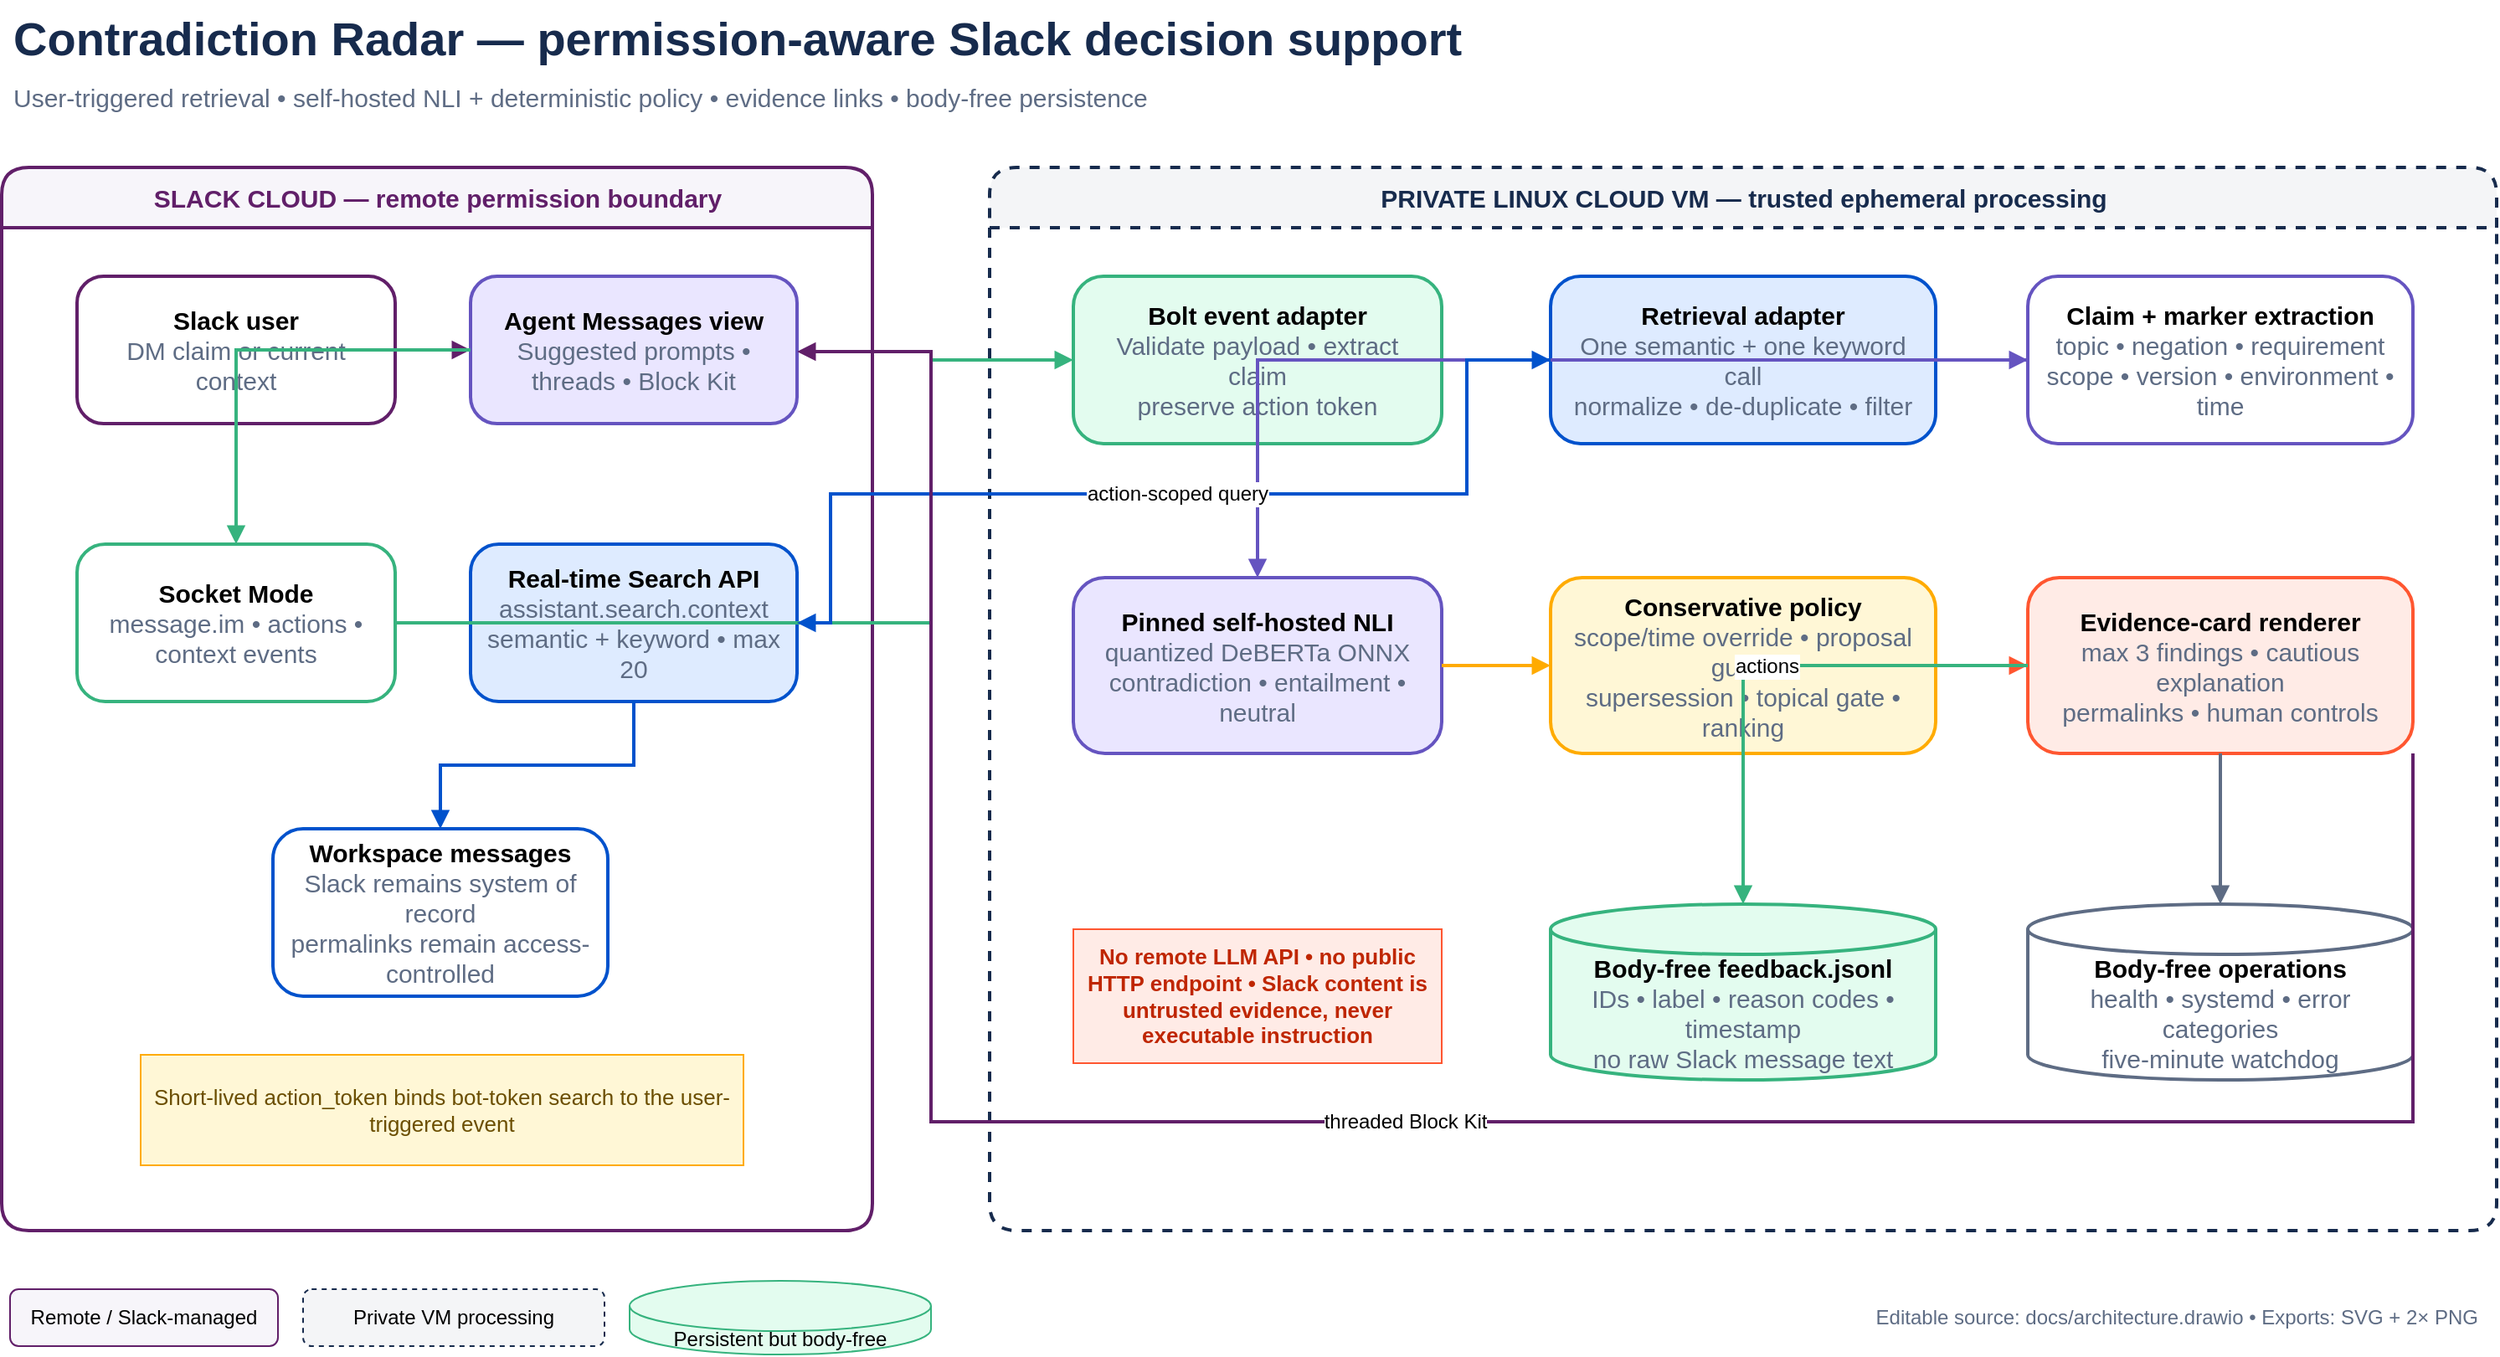
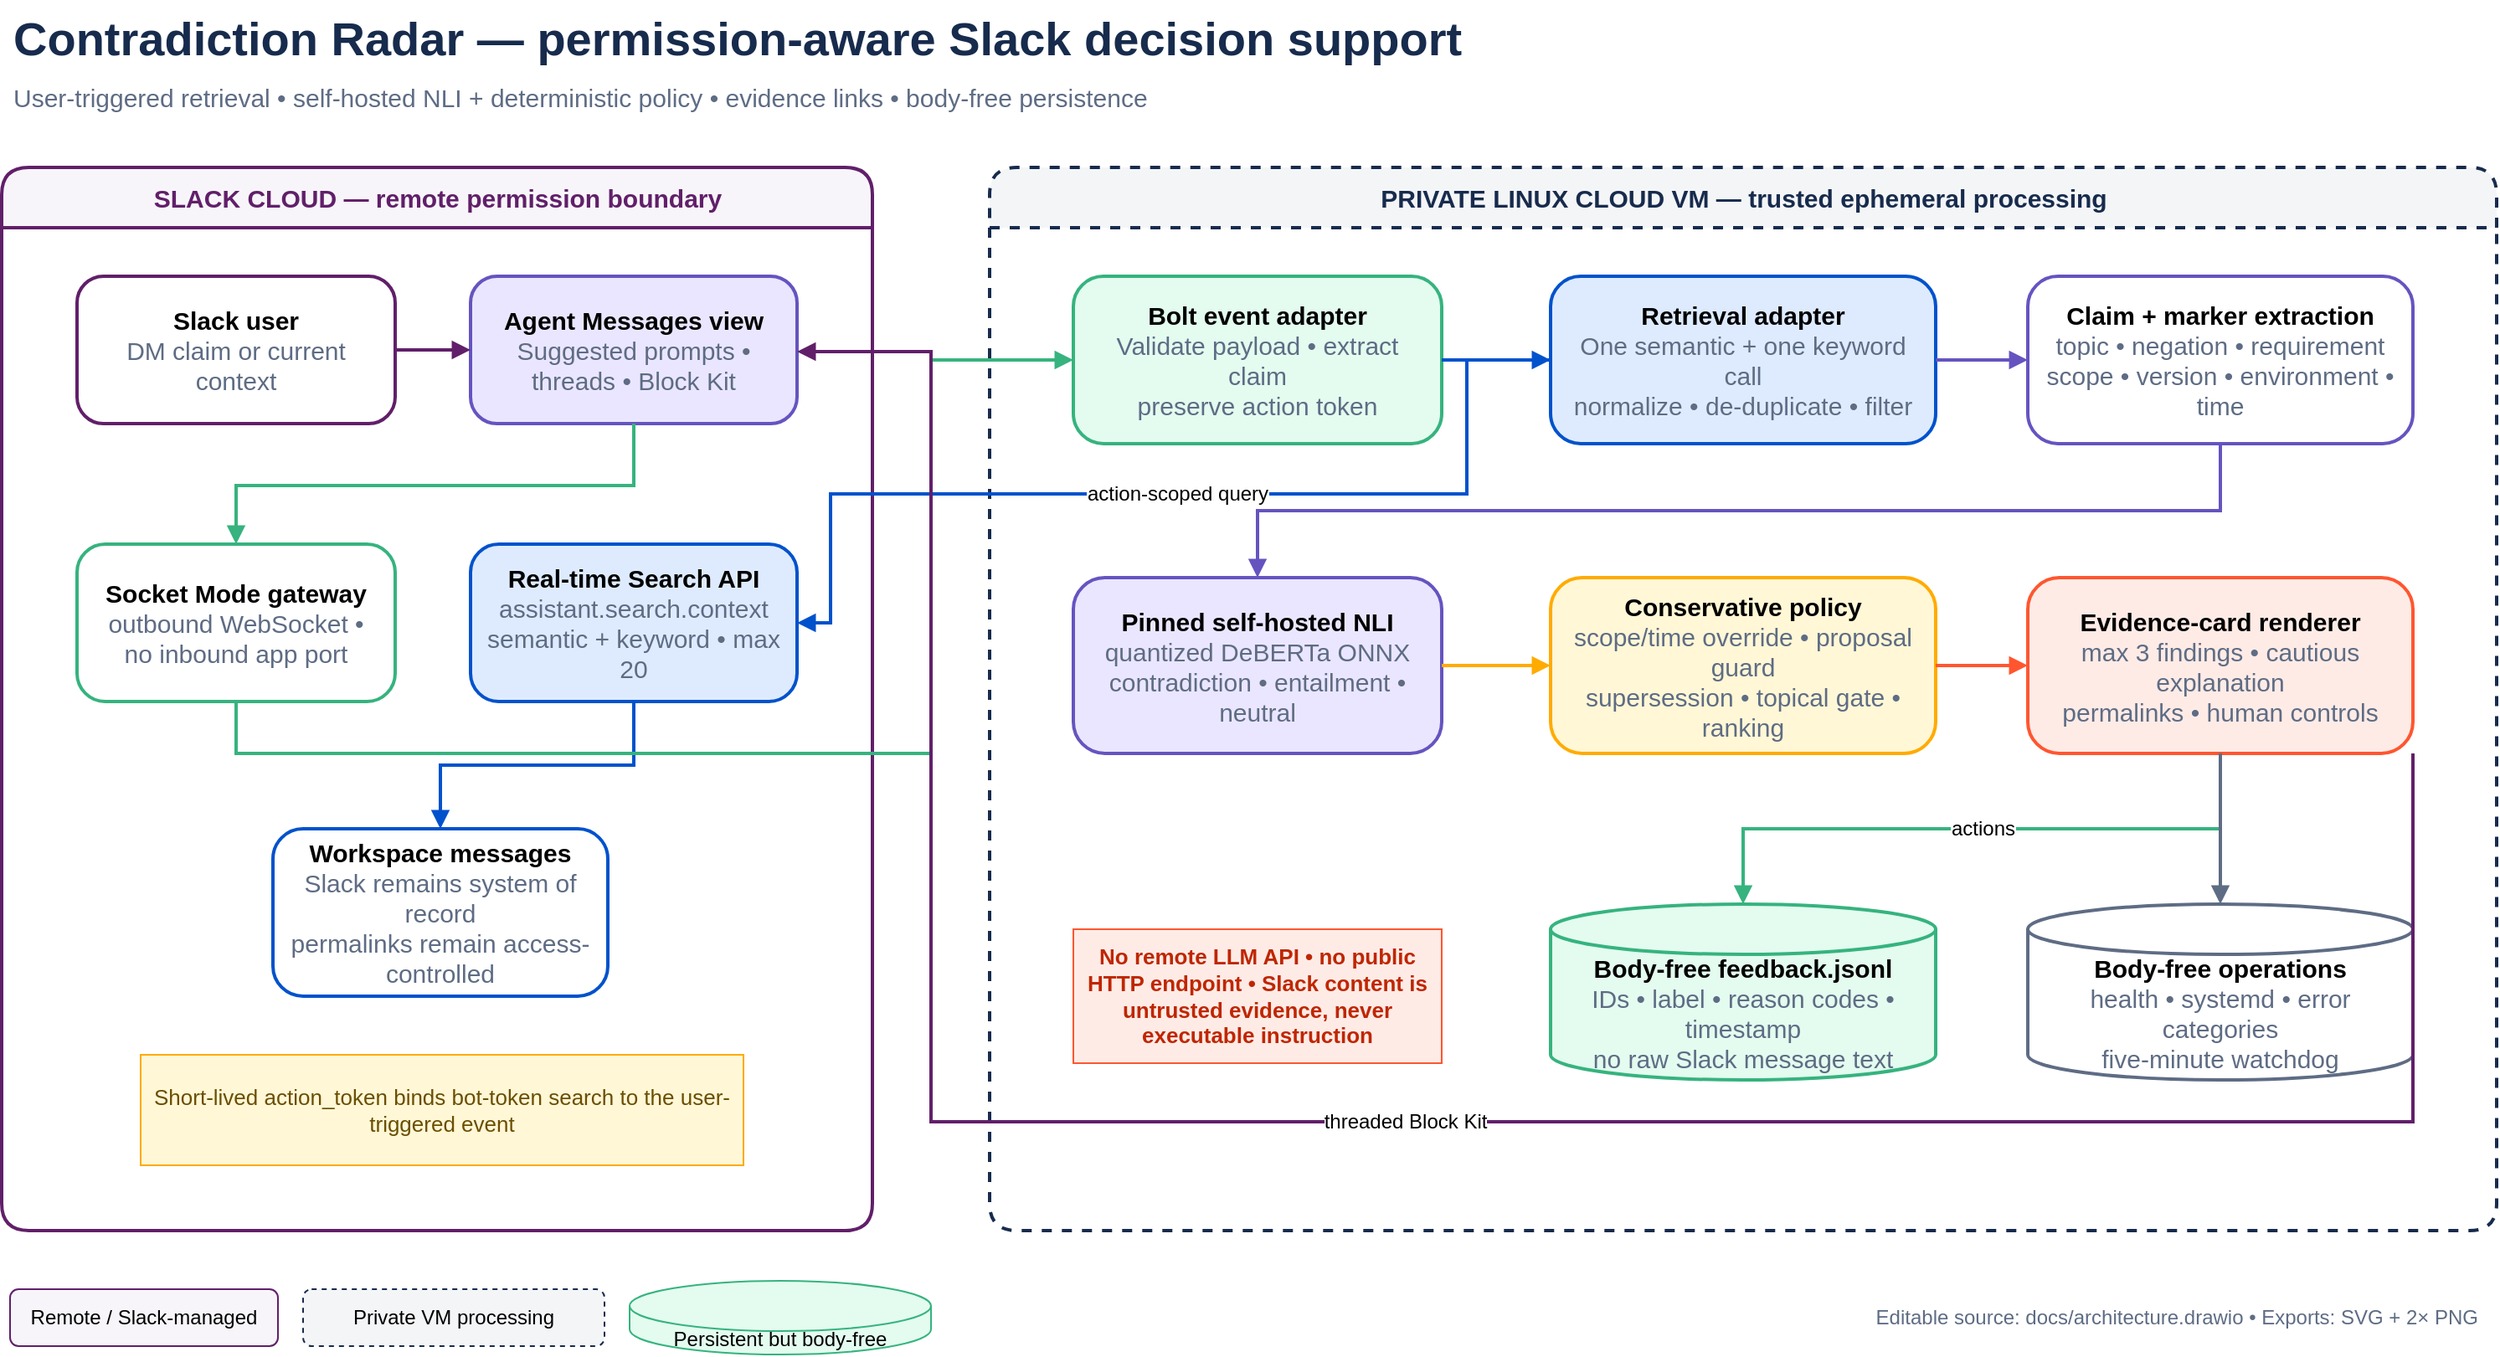
<mxfile host="app.diagrams.net" modified="2026-07-12T20:35:00.000Z" agent="Contradiction Radar" version="30.2.6" type="device">
  <diagram id="contradiction-radar" name="Architecture">
    <mxGraphModel dx="1600" dy="900" grid="1" gridSize="10" guides="1" tooltips="1" connect="1" arrows="1" fold="1" page="1" pageScale="1" pageWidth="1600" pageHeight="900" background="#FFFFFF" math="0" shadow="0">
      <root>
        <mxCell id="0"/>
        <mxCell id="1" parent="0"/>
        <mxCell id="title" value="Contradiction Radar — permission-aware Slack decision support" style="text;html=1;align=left;verticalAlign=middle;fontSize=28;fontStyle=1;fontColor=#172B4D;" vertex="1" parent="1">
          <mxGeometry x="60" y="35" width="1200" height="45" as="geometry"/>
        </mxCell>
        <mxCell id="subtitle" value="User-triggered retrieval • self-hosted NLI + deterministic policy • evidence links • body-free persistence" style="text;html=1;align=left;verticalAlign=middle;fontSize=15;fontColor=#5E6C84;" vertex="1" parent="1">
          <mxGeometry x="60" y="78" width="1200" height="30" as="geometry"/>
        </mxCell>

        <mxCell id="slackCloud" value="SLACK CLOUD — remote permission boundary" style="swimlane;html=1;rounded=1;startSize=36;horizontal=1;fillColor=#F7F5FA;strokeColor=#611F69;strokeWidth=2;fontColor=#611F69;fontStyle=1;fontSize=15;" vertex="1" parent="1">
          <mxGeometry x="55" y="135" width="520" height="635" as="geometry"/>
        </mxCell>
        <mxCell id="user" value="&lt;b&gt;Slack user&lt;/b&gt;&lt;br&gt;&lt;font color='#5E6C84'&gt;DM claim or current context&lt;/font&gt;" style="rounded=1;whiteSpace=wrap;html=1;fillColor=#FFFFFF;strokeColor=#611F69;strokeWidth=2;fontSize=15;arcSize=18;spacing=10;" vertex="1" parent="slackCloud">
          <mxGeometry x="45" y="65" width="190" height="88" as="geometry"/>
        </mxCell>
        <mxCell id="agentView" value="&lt;b&gt;Agent Messages view&lt;/b&gt;&lt;br&gt;&lt;font color='#5E6C84'&gt;Suggested prompts • threads • Block Kit&lt;/font&gt;" style="rounded=1;whiteSpace=wrap;html=1;fillColor=#EAE6FF;strokeColor=#6554C0;strokeWidth=2;fontSize=15;arcSize=18;spacing=10;" vertex="1" parent="slackCloud">
          <mxGeometry x="280" y="65" width="195" height="88" as="geometry"/>
        </mxCell>
-         <mxCell id="socket" value="&lt;b&gt;Socket Mode&lt;/b&gt;&lt;br&gt;&lt;font color='#5E6C84'&gt;message.im • actions • context events&lt;/font&gt;" style="rounded=1;whiteSpace=wrap;html=1;fillColor=#FFFFFF;strokeColor=#36B37E;strokeWidth=2;fontSize=15;arcSize=18;spacing=10;" vertex="1" parent="slackCloud">
+         <mxCell id="socket" value="&lt;b&gt;Socket Mode gateway&lt;/b&gt;&lt;br&gt;&lt;font color='#5E6C84'&gt;outbound WebSocket • no inbound app port&lt;/font&gt;" style="rounded=1;whiteSpace=wrap;html=1;fillColor=#FFFFFF;strokeColor=#36B37E;strokeWidth=2;fontSize=15;arcSize=18;spacing=10;" vertex="1" parent="slackCloud">
          <mxGeometry x="45" y="225" width="190" height="94" as="geometry"/>
        </mxCell>
        <mxCell id="rts" value="&lt;b&gt;Real-time Search API&lt;/b&gt;&lt;br&gt;&lt;font color='#5E6C84'&gt;assistant.search.context&lt;br&gt;semantic + keyword • max 20&lt;/font&gt;" style="rounded=1;whiteSpace=wrap;html=1;fillColor=#DEEBFF;strokeColor=#0052CC;strokeWidth=2;fontSize=15;arcSize=18;spacing=10;" vertex="1" parent="slackCloud">
          <mxGeometry x="280" y="225" width="195" height="94" as="geometry"/>
        </mxCell>
        <mxCell id="workspace" value="&lt;b&gt;Workspace messages&lt;/b&gt;&lt;br&gt;&lt;font color='#5E6C84'&gt;Slack remains system of record&lt;br&gt;permalinks remain access-controlled&lt;/font&gt;" style="rounded=1;whiteSpace=wrap;html=1;fillColor=#FFFFFF;strokeColor=#0052CC;strokeWidth=2;fontSize=15;arcSize=18;spacing=10;" vertex="1" parent="slackCloud">
          <mxGeometry x="162" y="395" width="200" height="100" as="geometry"/>
        </mxCell>
        <mxCell id="token" value="Short-lived action_token binds bot-token search to the user-triggered event" style="note;whiteSpace=wrap;html=1;fillColor=#FFF7D6;strokeColor=#FFAB00;fontColor=#6B4E00;fontSize=13;spacing=8;" vertex="1" parent="slackCloud">
          <mxGeometry x="83" y="530" width="360" height="66" as="geometry"/>
        </mxCell>

        <mxCell id="localBoundary" value="PRIVATE LINUX CLOUD VM — trusted ephemeral processing" style="swimlane;html=1;rounded=1;startSize=36;horizontal=1;fillColor=#F4F5F7;strokeColor=#172B4D;strokeWidth=2;dashed=1;fontColor=#172B4D;fontStyle=1;fontSize=15;" vertex="1" parent="1">
          <mxGeometry x="645" y="135" width="900" height="635" as="geometry"/>
        </mxCell>
        <mxCell id="bolt" value="&lt;b&gt;Bolt event adapter&lt;/b&gt;&lt;br&gt;&lt;font color='#5E6C84'&gt;Validate payload • extract claim&lt;br&gt;preserve action token&lt;/font&gt;" style="rounded=1;whiteSpace=wrap;html=1;fillColor=#E3FCEF;strokeColor=#36B37E;strokeWidth=2;fontSize=15;arcSize=18;spacing=10;" vertex="1" parent="localBoundary">
          <mxGeometry x="50" y="65" width="220" height="100" as="geometry"/>
        </mxCell>
        <mxCell id="retrieval" value="&lt;b&gt;Retrieval adapter&lt;/b&gt;&lt;br&gt;&lt;font color='#5E6C84'&gt;One semantic + one keyword call&lt;br&gt;normalize • de-duplicate • filter&lt;/font&gt;" style="rounded=1;whiteSpace=wrap;html=1;fillColor=#DEEBFF;strokeColor=#0052CC;strokeWidth=2;fontSize=15;arcSize=18;spacing=10;" vertex="1" parent="localBoundary">
          <mxGeometry x="335" y="65" width="230" height="100" as="geometry"/>
        </mxCell>
        <mxCell id="preprocess" value="&lt;b&gt;Claim + marker extraction&lt;/b&gt;&lt;br&gt;&lt;font color='#5E6C84'&gt;topic • negation • requirement&lt;br&gt;scope • version • environment • time&lt;/font&gt;" style="rounded=1;whiteSpace=wrap;html=1;fillColor=#FFFFFF;strokeColor=#6554C0;strokeWidth=2;fontSize=15;arcSize=18;spacing=10;" vertex="1" parent="localBoundary">
          <mxGeometry x="620" y="65" width="230" height="100" as="geometry"/>
        </mxCell>
        <mxCell id="nli" value="&lt;b&gt;Pinned self-hosted NLI&lt;/b&gt;&lt;br&gt;&lt;font color='#5E6C84'&gt;quantized DeBERTa ONNX&lt;br&gt;contradiction • entailment • neutral&lt;/font&gt;" style="rounded=1;whiteSpace=wrap;html=1;fillColor=#EAE6FF;strokeColor=#6554C0;strokeWidth=2;fontSize=15;arcSize=18;spacing=10;" vertex="1" parent="localBoundary">
          <mxGeometry x="50" y="245" width="220" height="105" as="geometry"/>
        </mxCell>
        <mxCell id="policy" value="&lt;b&gt;Conservative policy&lt;/b&gt;&lt;br&gt;&lt;font color='#5E6C84'&gt;scope/time override • proposal guard&lt;br&gt;supersession • topical gate • ranking&lt;/font&gt;" style="rounded=1;whiteSpace=wrap;html=1;fillColor=#FFF7D6;strokeColor=#FFAB00;strokeWidth=2;fontSize=15;arcSize=18;spacing=10;" vertex="1" parent="localBoundary">
          <mxGeometry x="335" y="245" width="230" height="105" as="geometry"/>
        </mxCell>
        <mxCell id="renderer" value="&lt;b&gt;Evidence-card renderer&lt;/b&gt;&lt;br&gt;&lt;font color='#5E6C84'&gt;max 3 findings • cautious explanation&lt;br&gt;permalinks • human controls&lt;/font&gt;" style="rounded=1;whiteSpace=wrap;html=1;fillColor=#FFEBE6;strokeColor=#FF5630;strokeWidth=2;fontSize=15;arcSize=18;spacing=10;" vertex="1" parent="localBoundary">
          <mxGeometry x="620" y="245" width="230" height="105" as="geometry"/>
        </mxCell>
        <mxCell id="feedback" value="&lt;b&gt;Body-free feedback.jsonl&lt;/b&gt;&lt;br&gt;&lt;font color='#5E6C84'&gt;IDs • label • reason codes • timestamp&lt;br&gt;no raw Slack message text&lt;/font&gt;" style="shape=cylinder3;whiteSpace=wrap;html=1;boundedLbl=1;backgroundOutline=1;fillColor=#E3FCEF;strokeColor=#36B37E;strokeWidth=2;fontSize=15;spacing=10;" vertex="1" parent="localBoundary">
          <mxGeometry x="335" y="440" width="230" height="105" as="geometry"/>
        </mxCell>
        <mxCell id="logs" value="&lt;b&gt;Body-free operations&lt;/b&gt;&lt;br&gt;&lt;font color='#5E6C84'&gt;health • systemd • error categories&lt;br&gt;five-minute watchdog&lt;/font&gt;" style="shape=cylinder3;whiteSpace=wrap;html=1;boundedLbl=1;backgroundOutline=1;fillColor=#FFFFFF;strokeColor=#5E6C84;strokeWidth=2;fontSize=15;spacing=10;" vertex="1" parent="localBoundary">
          <mxGeometry x="620" y="440" width="230" height="105" as="geometry"/>
        </mxCell>
        <mxCell id="noRemote" value="No remote LLM API • no public HTTP endpoint • Slack content is untrusted evidence, never executable instruction" style="note;whiteSpace=wrap;html=1;fillColor=#FFEBE6;strokeColor=#FF5630;fontColor=#BF2600;fontStyle=1;fontSize=13;spacing=8;" vertex="1" parent="localBoundary">
          <mxGeometry x="50" y="455" width="220" height="80" as="geometry"/>
        </mxCell>

        <mxCell id="e1" style="edgeStyle=orthogonalEdgeStyle;rounded=0;orthogonalLoop=1;jettySize=auto;html=1;strokeColor=#611F69;strokeWidth=2;endArrow=block;endFill=1;" edge="1" parent="slackCloud" source="user" target="agentView"><mxGeometry relative="1" as="geometry"/></mxCell>
-         <mxCell id="e2" style="edgeStyle=orthogonalEdgeStyle;rounded=0;html=1;strokeColor=#36B37E;strokeWidth=2;endArrow=block;endFill=1;" edge="1" parent="slackCloud" source="agentView" target="socket"><mxGeometry relative="1" as="geometry"/></mxCell>
+         <mxCell id="e2" style="edgeStyle=orthogonalEdgeStyle;rounded=0;html=1;strokeColor=#36B37E;strokeWidth=2;endArrow=block;endFill=1;exitX=0.5;exitY=1;exitDx=0;exitDy=0;entryX=0.5;entryY=0;entryDx=0;entryDy=0;" edge="1" parent="slackCloud" source="agentView" target="socket"><mxGeometry relative="1" as="geometry"><Array as="points"><mxPoint x="377" y="190"/><mxPoint x="140" y="190"/></Array></mxGeometry></mxCell>
        <mxCell id="e3" style="edgeStyle=orthogonalEdgeStyle;rounded=0;html=1;strokeColor=#0052CC;strokeWidth=2;endArrow=block;endFill=1;" edge="1" parent="slackCloud" source="rts" target="workspace"><mxGeometry relative="1" as="geometry"/></mxCell>

-         <mxCell id="e4" style="edgeStyle=orthogonalEdgeStyle;rounded=0;html=1;strokeColor=#36B37E;strokeWidth=2;endArrow=block;endFill=1;" edge="1" parent="1" source="socket" target="bolt"><mxGeometry relative="1" as="geometry"><Array as="points"><mxPoint x="610" y="407"/><mxPoint x="610" y="250"/></Array></mxGeometry></mxCell>
+         <mxCell id="e4" style="edgeStyle=orthogonalEdgeStyle;rounded=0;html=1;strokeColor=#36B37E;strokeWidth=2;endArrow=block;endFill=1;exitX=0.5;exitY=1;exitDx=0;exitDy=0;entryX=0;entryY=0.5;entryDx=0;entryDy=0;" edge="1" parent="1" source="socket" target="bolt"><mxGeometry relative="1" as="geometry"><Array as="points"><mxPoint x="195" y="485"/><mxPoint x="610" y="485"/><mxPoint x="610" y="250"/></Array></mxGeometry></mxCell>
        <mxCell id="e5" style="edgeStyle=orthogonalEdgeStyle;rounded=0;html=1;strokeColor=#0052CC;strokeWidth=2;endArrow=block;endFill=1;" edge="1" parent="localBoundary" source="bolt" target="retrieval"><mxGeometry relative="1" as="geometry"/></mxCell>
        <mxCell id="e6" style="edgeStyle=orthogonalEdgeStyle;rounded=0;html=1;strokeColor=#6554C0;strokeWidth=2;endArrow=block;endFill=1;" edge="1" parent="localBoundary" source="retrieval" target="preprocess"><mxGeometry relative="1" as="geometry"/></mxCell>
        <mxCell id="e7" value="action-scoped query" style="edgeStyle=orthogonalEdgeStyle;rounded=0;html=1;strokeColor=#0052CC;strokeWidth=2;endArrow=block;endFill=1;fontSize=12;labelBackgroundColor=#FFFFFF;" edge="1" parent="1" source="retrieval" target="rts"><mxGeometry relative="1" as="geometry"><Array as="points"><mxPoint x="930" y="330"/><mxPoint x="550" y="330"/><mxPoint x="550" y="407"/></Array></mxGeometry></mxCell>
-         <mxCell id="e8" style="edgeStyle=orthogonalEdgeStyle;rounded=0;html=1;strokeColor=#6554C0;strokeWidth=2;endArrow=block;endFill=1;" edge="1" parent="localBoundary" source="preprocess" target="nli"><mxGeometry relative="1" as="geometry"/></mxCell>
+         <mxCell id="e8" style="edgeStyle=orthogonalEdgeStyle;rounded=0;html=1;strokeColor=#6554C0;strokeWidth=2;endArrow=block;endFill=1;exitX=0.5;exitY=1;exitDx=0;exitDy=0;entryX=0.5;entryY=0;entryDx=0;entryDy=0;" edge="1" parent="localBoundary" source="preprocess" target="nli"><mxGeometry relative="1" as="geometry"><Array as="points"><mxPoint x="735" y="205"/><mxPoint x="160" y="205"/></Array></mxGeometry></mxCell>
        <mxCell id="e9" style="edgeStyle=orthogonalEdgeStyle;rounded=0;html=1;strokeColor=#FFAB00;strokeWidth=2;endArrow=block;endFill=1;" edge="1" parent="localBoundary" source="nli" target="policy"><mxGeometry relative="1" as="geometry"/></mxCell>
        <mxCell id="e10" style="edgeStyle=orthogonalEdgeStyle;rounded=0;html=1;strokeColor=#FF5630;strokeWidth=2;endArrow=block;endFill=1;" edge="1" parent="localBoundary" source="policy" target="renderer"><mxGeometry relative="1" as="geometry"/></mxCell>
        <mxCell id="e11" value="threaded Block Kit" style="edgeStyle=orthogonalEdgeStyle;rounded=0;html=1;strokeColor=#611F69;strokeWidth=2;endArrow=block;endFill=1;fontSize=12;labelBackgroundColor=#FFFFFF;" edge="1" parent="1" source="renderer" target="agentView"><mxGeometry relative="1" as="geometry"><Array as="points"><mxPoint x="1495" y="705"/><mxPoint x="610" y="705"/><mxPoint x="610" y="245"/><mxPoint x="530" y="245"/></Array></mxGeometry></mxCell>
-         <mxCell id="e12" value="actions" style="edgeStyle=orthogonalEdgeStyle;rounded=0;html=1;strokeColor=#36B37E;strokeWidth=2;endArrow=block;endFill=1;fontSize=12;labelBackgroundColor=#FFFFFF;" edge="1" parent="localBoundary" source="renderer" target="feedback"><mxGeometry relative="1" as="geometry"/></mxCell>
+         <mxCell id="e12" value="actions" style="edgeStyle=orthogonalEdgeStyle;rounded=0;html=1;strokeColor=#36B37E;strokeWidth=2;endArrow=block;endFill=1;fontSize=12;labelBackgroundColor=#FFFFFF;exitX=0.5;exitY=1;exitDx=0;exitDy=0;entryX=0.5;entryY=0;entryDx=0;entryDy=0;" edge="1" parent="localBoundary" source="renderer" target="feedback"><mxGeometry relative="1" as="geometry"><Array as="points"><mxPoint x="735" y="395"/><mxPoint x="450" y="395"/></Array></mxGeometry></mxCell>
        <mxCell id="e13" style="edgeStyle=orthogonalEdgeStyle;rounded=0;html=1;strokeColor=#5E6C84;strokeWidth=2;endArrow=block;endFill=1;" edge="1" parent="localBoundary" source="renderer" target="logs"><mxGeometry relative="1" as="geometry"/></mxCell>

        <mxCell id="legend1" value="Remote / Slack-managed" style="rounded=1;whiteSpace=wrap;html=1;fillColor=#F7F5FA;strokeColor=#611F69;fontSize=12;" vertex="1" parent="1"><mxGeometry x="60" y="805" width="160" height="34" as="geometry"/></mxCell>
        <mxCell id="legend2" value="Private VM processing" style="rounded=1;whiteSpace=wrap;html=1;fillColor=#F4F5F7;strokeColor=#172B4D;dashed=1;fontSize=12;" vertex="1" parent="1"><mxGeometry x="235" y="805" width="180" height="34" as="geometry"/></mxCell>
        <mxCell id="legend3" value="Persistent but body-free" style="shape=cylinder3;whiteSpace=wrap;html=1;boundedLbl=1;backgroundOutline=1;fillColor=#E3FCEF;strokeColor=#36B37E;fontSize=12;" vertex="1" parent="1"><mxGeometry x="430" y="800" width="180" height="44" as="geometry"/></mxCell>
        <mxCell id="footer" value="Editable source: docs/architecture.drawio • Exports: SVG + 2× PNG" style="text;html=1;align=right;verticalAlign=middle;fontSize=12;fontColor=#5E6C84;" vertex="1" parent="1"><mxGeometry x="1050" y="805" width="485" height="34" as="geometry"/></mxCell>
      </root>
    </mxGraphModel>
  </diagram>
</mxfile>
